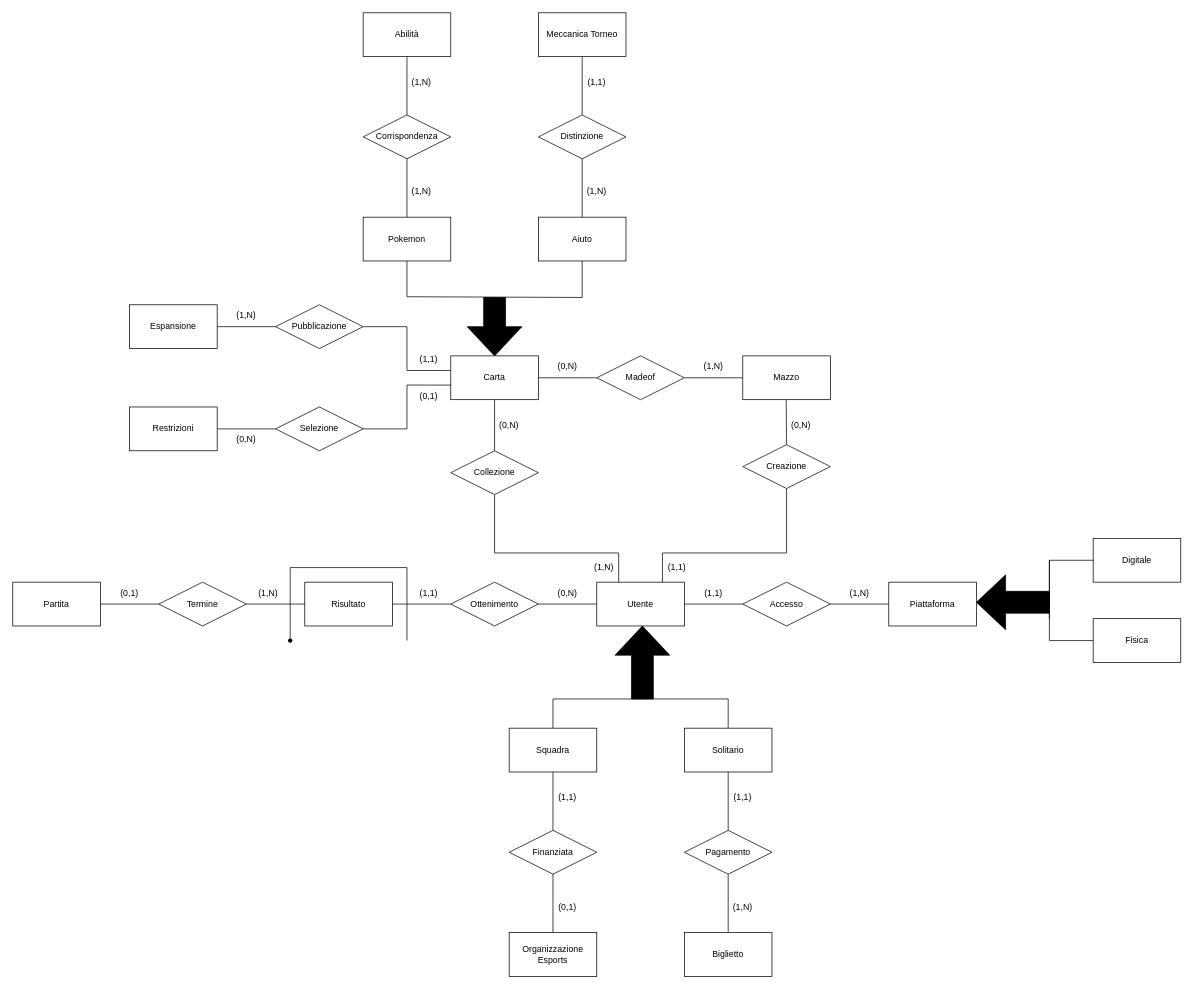
aleadami/DBS_Collezionismo keeps this draw.io diagram as Torneo3.drawio. Above is the earlier version. Source tidied: cells renumbered, new cells numbered last; positions are measured from the earlier drawing's top-left corner, leaving out a move shared by most shapes. Both pictures are drawn from the tidied source at 73%, with x=0, y=0 at pixel (12, 12).
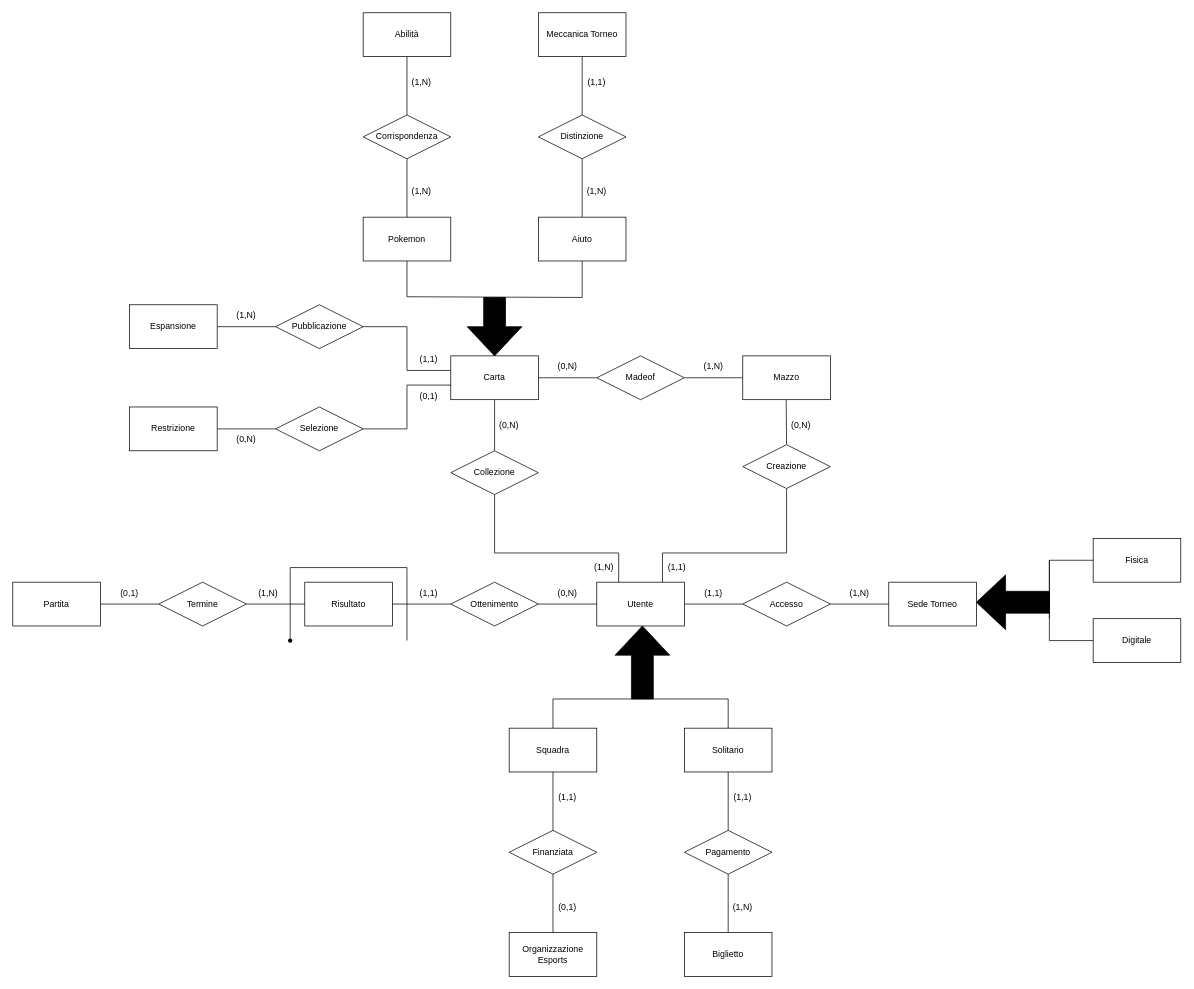
After the change.

Commit message:
Aggiornato nomi entità  Torneo3.drawio

The edit, as a diff of the source:
```diff
@@
-    <mxCell id="37" value="Piattaforma" style="whiteSpace=wrap;html=1;align=center;labelBackgroundColor=none;" parent="1" vertex="1">
+    <mxCell id="37" value="Sede Torneo" style="whiteSpace=wrap;html=1;align=center;labelBackgroundColor=none;" parent="1" vertex="1">
       <mxGeometry x="1200" y="780" width="120" height="60" as="geometry" />
     </mxCell>
-    <mxCell id="38" value="Digitale" style="whiteSpace=wrap;html=1;align=center;labelBackgroundColor=none;" parent="1" vertex="1">
+    <mxCell id="38" value="Fisica" style="whiteSpace=wrap;html=1;align=center;labelBackgroundColor=none;" parent="1" vertex="1">
       <mxGeometry x="1480" y="720" width="120" height="60" as="geometry" />
     </mxCell>
-    <mxCell id="39" value="Fisica" style="whiteSpace=wrap;html=1;align=center;labelBackgroundColor=none;" parent="1" vertex="1">
+    <mxCell id="39" value="Digitale" style="whiteSpace=wrap;html=1;align=center;labelBackgroundColor=none;" parent="1" vertex="1">
       <mxGeometry x="1480" y="830" width="120" height="60" as="geometry" />
     </mxCell>
@@
-    <mxCell id="58" value="Restrizioni" style="whiteSpace=wrap;html=1;align=center;labelBackgroundColor=none;" parent="1" vertex="1">
+    <mxCell id="58" value="Restrizione" style="whiteSpace=wrap;html=1;align=center;labelBackgroundColor=none;" parent="1" vertex="1">
       <mxGeometry x="160" y="540" width="120" height="60" as="geometry" />
     </mxCell>
```
